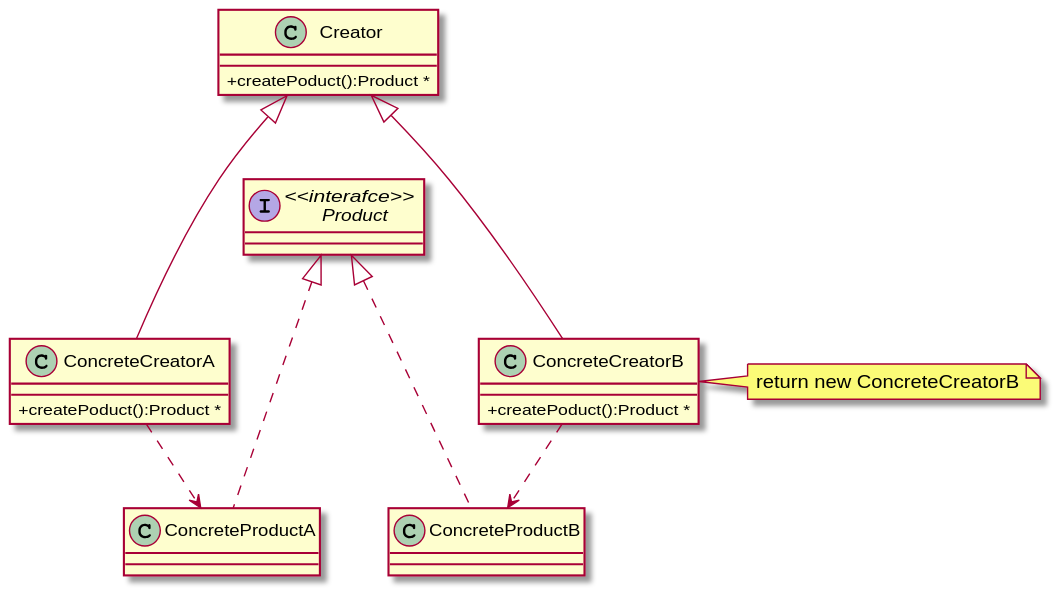
behnamasadi/software_engineering keeps this PlantUML diagram as DesignPatern/src/Creational/diagrams/factory_method_conceptual.svg. Above is the earlier version.
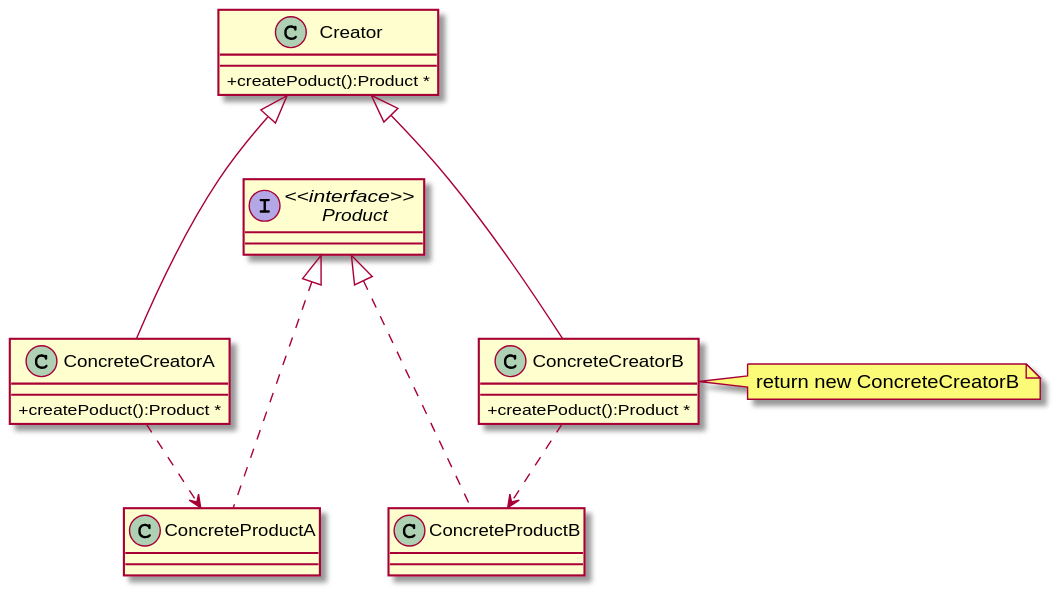
After the change.

Commit message:
typo in interafce -> interface

What changed in the source:
```diff
@@ -1,7 +1,7 @@
 @startuml
 skinparam classAttributeIconSize 0
 
-interface "<<interafce>> \n Product" as Product
+interface "<<interface>> \n Product" as Product
 {
 }
 
```
